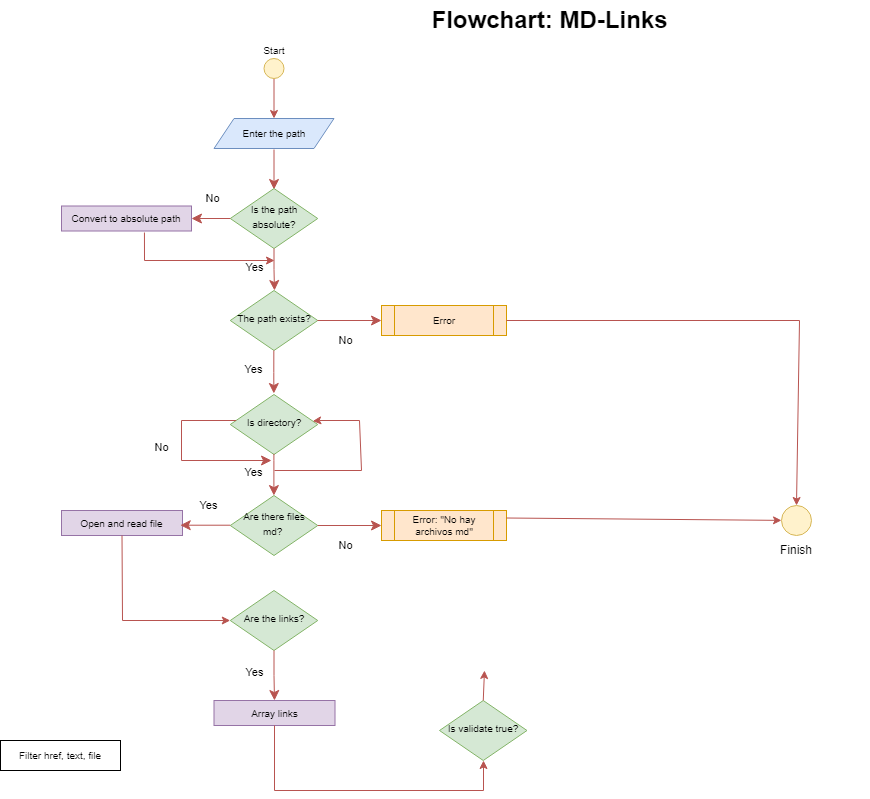
Before: Diagrama_flujo_md-Links.drawio.png, a diagram exported from draw.io (arelia10/LIM017-md-links). Source tidied: cells renumbered, new cells last; positions are measured from the earlier drawing's top-left corner, leaving out a move shared by most shapes.
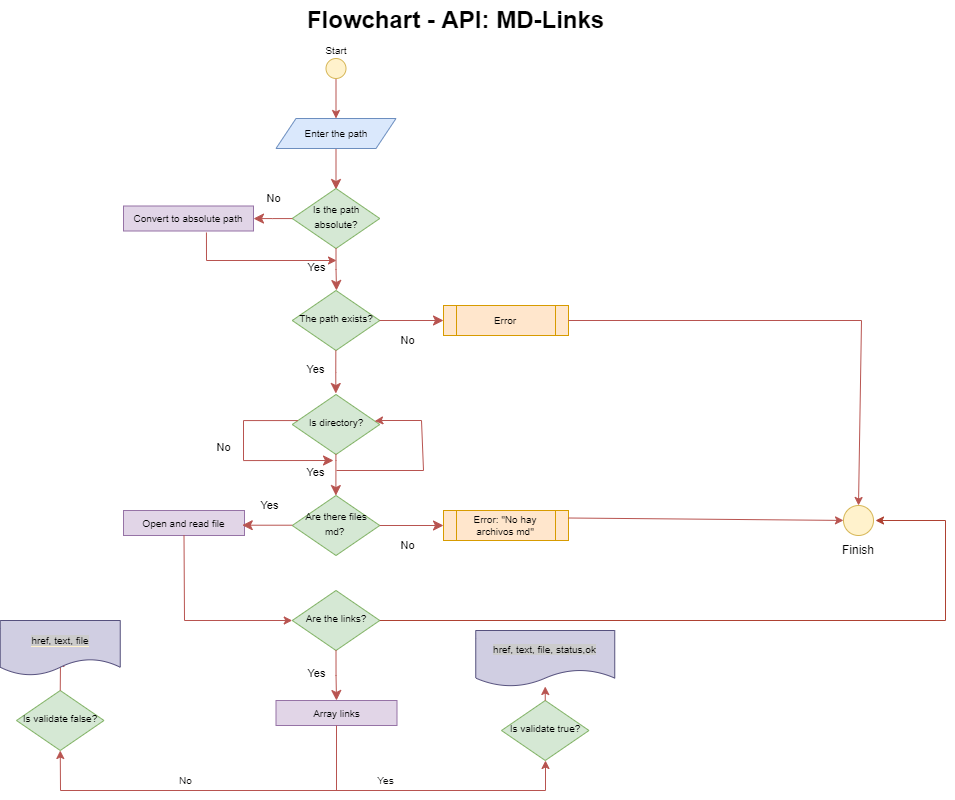
Later version of the same file.

Change to the diagram source:
```diff
@@ -20,8 +20,8 @@
     <mxCell id="6" style="ellipse;whiteSpace=wrap;html=1;fillColor=#fff2cc;strokeColor=#d6b656;rounded=0;" parent="1" vertex="1">
       <mxGeometry x="263.5" y="58" width="20" height="20" as="geometry" />
     </mxCell>
-    <mxCell id="7" value="Flowchart: MD-Links" style="text;strokeColor=none;fillColor=none;html=1;fontSize=24;fontStyle=1;verticalAlign=middle;align=center;rounded=0;" parent="1" vertex="1">
-      <mxGeometry x="229" width="640" height="40" as="geometry" />
+    <mxCell id="7" value="Flowchart - API: MD-Links" style="text;strokeColor=none;fillColor=none;html=1;fontSize=24;fontStyle=1;verticalAlign=middle;align=center;rounded=0;" parent="1" vertex="1">
+      <mxGeometry x="73" width="640" height="40" as="geometry" />
     </mxCell>
     <object id="8" label="&lt;font style=&quot;font-size: 10px;&quot;&gt;Start&lt;/font&gt;" name="Variable" placeholders="1">
       <mxCell style="text;html=1;strokeColor=none;fillColor=none;align=center;verticalAlign=middle;whiteSpace=wrap;overflow=hidden;rounded=0;" parent="1" vertex="1">
@@ -131,9 +131,6 @@
         <mxPoint x="179.8" y="524.7" as="targetPoint" />
       </mxGeometry>
     </mxCell>
-    <mxCell id="29" value="&lt;font style=&quot;font-size: 10px;&quot;&gt;Filter href, text, file&lt;/font&gt;" style="rounded=0;whiteSpace=wrap;html=1;" parent="1" vertex="1">
-      <mxGeometry y="740" width="120" height="30" as="geometry" />
-    </mxCell>
     <mxCell id="30" style="endArrow=classic;html=1;rounded=0;exitX=1;exitY=0.25;exitDx=0;exitDy=0;fillColor=#f8cecc;strokeColor=#b85450;" parent="1" edge="1" source="23" target="31">
       <mxGeometry relative="1" as="geometry" />
     </mxCell>
@@ -165,10 +162,45 @@
         </Array>
       </mxGeometry>
     </mxCell>
-    <mxCell id="37" style="endArrow=classic;html=1;rounded=0;exitX=0.5;exitY=0;exitDx=0;exitDy=0;fillColor=#f8cecc;strokeColor=#b85450;" parent="1" edge="1" source="34">
-      <mxGeometry relative="1" as="geometry">
-        <mxPoint x="484" y="670" as="targetPoint" />
-      </mxGeometry>
+    <mxCell id="37" style="endArrow=classic;html=1;rounded=0;exitX=0.5;exitY=0;exitDx=0;exitDy=0;fillColor=#f8cecc;strokeColor=#b85450;" parent="1" edge="1" source="34" target="38">
+      <mxGeometry relative="1" as="geometry" />
     </mxCell>
+    <mxCell id="38" value="&lt;font color=&quot;#020203&quot; style=&quot;font-size: 10px; background-color: rgb(204, 204, 204);&quot;&gt;&lt;span style=&quot;text-align: left; font-size: 10px;&quot;&gt;&lt;font style=&quot;font-size: 10px;&quot;&gt;href, text, file,&amp;nbsp;&lt;/font&gt;&lt;/span&gt;&lt;span style=&quot;font-size: 10px; text-align: left;&quot;&gt;status,ok&lt;/span&gt;&lt;/font&gt;&lt;span style=&quot;text-align: left; background-color: rgba(110, 118, 129, 0.4); font-size: 10px;&quot;&gt;&lt;font style=&quot;font-size: 10px;&quot; color=&quot;#020203&quot;&gt;&lt;br style=&quot;font-size: 10px;&quot;&gt;&lt;/font&gt;&lt;/span&gt;" style="shape=document;whiteSpace=wrap;html=1;boundedLbl=1;fillColor=#d0cee2;strokeColor=#56517e;fontFamily=Helvetica;fontSize=10;" parent="1" vertex="1">
+      <mxGeometry x="413.2" y="630" width="139" height="56" as="geometry" />
+    </mxCell>
+    <mxCell id="39" style="endArrow=classic;html=1;rounded=0;fontFamily=Helvetica;fontSize=10;fontColor=#020203;fillColor=#f8cecc;strokeColor=#b85450;entryX=0.5;entryY=1;entryDx=0;entryDy=0;" parent="1" edge="1" target="40">
+      <mxGeometry relative="1" as="geometry">
+        <mxPoint x="275" y="790" as="sourcePoint" />
+        <Array as="points">
+          <mxPoint x="-2" y="790" />
+        </Array>
+      </mxGeometry>
+    </mxCell>
+    <mxCell id="40" value="&lt;font style=&quot;font-size: 10px;&quot;&gt;Is validate false?&lt;/font&gt;" style="rhombus;whiteSpace=wrap;html=1;shadow=0;fontFamily=Helvetica;fontSize=12;align=center;strokeWidth=1;spacing=6;spacingTop=-4;fillColor=#d5e8d4;strokeColor=#82b366;rounded=0;" parent="1" vertex="1">
+      <mxGeometry x="-46" y="690" width="87.5" height="60" as="geometry" />
+    </mxCell>
+    <mxCell id="41" style="endArrow=classic;html=1;rounded=0;fontFamily=Helvetica;fontSize=10;fontColor=#020203;exitX=0.5;exitY=0;exitDx=0;exitDy=0;fillColor=#f8cecc;strokeColor=#b85450;" parent="1" edge="1" source="40">
+      <mxGeometry relative="1" as="geometry">
+        <mxPoint x="-2" y="658" as="targetPoint" />
+      </mxGeometry>
+    </mxCell>
+    <mxCell id="42" value="&lt;span style=&quot;background-color: rgb(204, 204, 204);&quot;&gt;href, text, file&lt;/span&gt;" style="shape=document;whiteSpace=wrap;html=1;boundedLbl=1;labelBackgroundColor=#FFF2CC;fontFamily=Helvetica;fontSize=10;fillColor=#d0cee2;strokeColor=#56517e;" parent="1" vertex="1">
+      <mxGeometry x="-62.2" y="620" width="120" height="55" as="geometry" />
+    </mxCell>
+    <mxCell id="43" value="Yes" style="text;html=1;align=center;verticalAlign=middle;strokeColor=none;fillColor=none;fontSize=10;fontFamily=Helvetica;fontColor=#020203;" parent="1" vertex="1">
+      <mxGeometry x="308" y="770" width="30" height="20" as="geometry" />
+    </mxCell>
+    <mxCell id="44" value="No" style="text;html=1;align=center;verticalAlign=middle;strokeColor=none;fillColor=none;fontSize=10;fontFamily=Helvetica;fontColor=#020203;" parent="1" vertex="1">
+      <mxGeometry x="108" y="770" width="30" height="20" as="geometry" />
+    </mxCell>
+    <mxCell id="45" style="endArrow=classic;html=1;rounded=0;fontFamily=Helvetica;fontSize=10;fontColor=#020203;exitX=1;exitY=0.5;exitDx=0;exitDy=0;fillColor=#fad9d5;strokeColor=#ae4132;" parent="1" edge="1" source="25">
+      <mxGeometry relative="1" as="geometry">
+        <mxPoint x="813" y="520" as="targetPoint" />
+        <Array as="points">
+          <mxPoint x="883" y="620" />
+          <mxPoint x="883" y="520" />
+        </Array>
+      </mxGeometry>
+    </mxCell>
   </root>
 </mxGraphModel>
```
